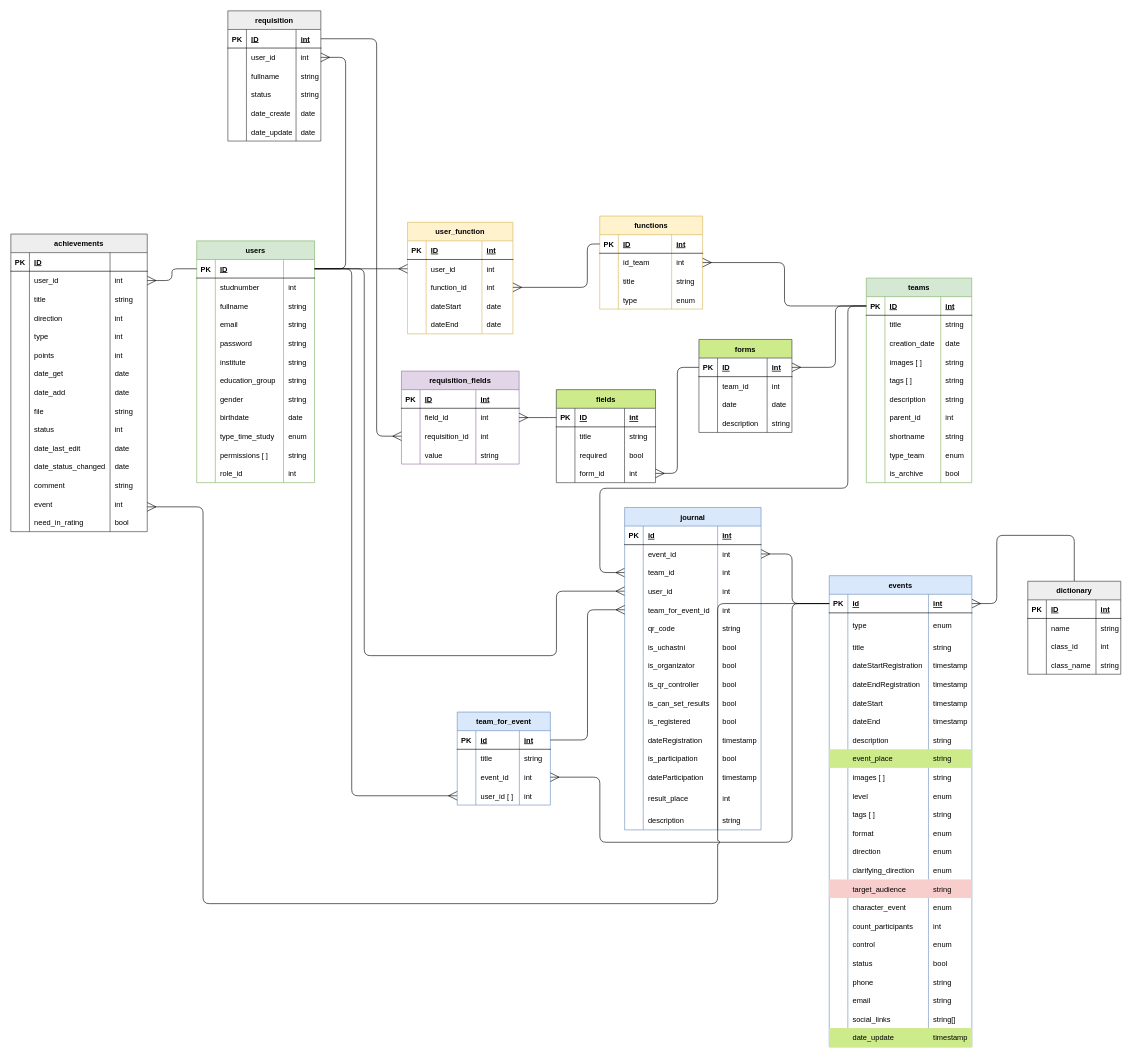
This is page "Физическая" (2 of 3) of Схема БД.drawio from KomogortsevaYulia/Raiting-Teams-Events, a draw.io file, before an edit. Source tidied: cells renumbered, new cells numbered last; positions are measured from the earlier drawing's top-left corner, leaving out a move shared by most shapes. Both pictures are drawn from the tidied source at 62%, with x=0, y=0 at pixel (11, 11).
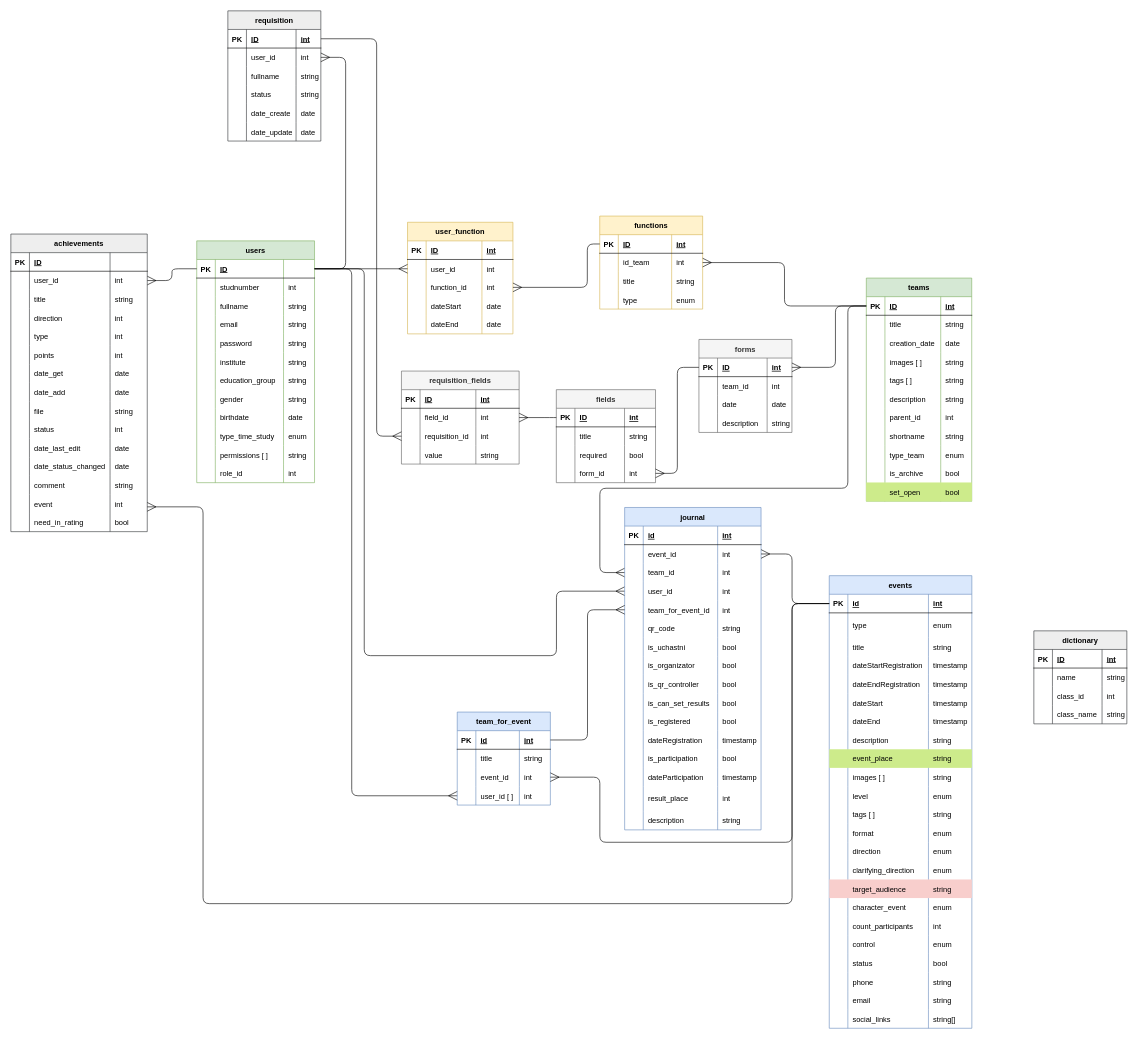
The same page after the edit.

Unchanged cells that the change refers to:
```xml
<mxCell id="191" style="shape=tableRow;horizontal=0;startSize=0;swimlaneHead=0;swimlaneBody=0;fillColor=none;points=[[0,0.5],[1,0.5]];portConstraint=eastwest;top=0;left=0;right=0;bottom=1;" parent="190" vertex="1">
  <mxGeometry y="30" width="230" height="30" as="geometry" />
</mxCell>
<mxCell id="427" style="shape=tableRow;horizontal=0;startSize=0;swimlaneHead=0;swimlaneBody=0;fillColor=none;points=[[0,0.5],[1,0.5]];portConstraint=eastwest;top=0;left=0;right=0;bottom=0;" parent="374" vertex="1">
  <mxGeometry y="420" width="220" height="30" as="geometry" />
</mxCell>
```

Diff of the diagram source:
```diff
@@
     <mxCell id="51" value="teams" style="shape=table;startSize=30;childLayout=tableLayout;rowLines=0;fontStyle=1;align=center;fillColor=#d5e8d4;strokeColor=#82b366;" parent="1" vertex="1">
-      <mxGeometry x="1379.8" y="431" width="170" height="330" as="geometry" />
+      <mxGeometry x="1379.8" y="431" width="170" height="360" as="geometry" />
     </mxCell>
@@
+    <mxCell id="480" style="shape=tableRow;horizontal=0;startSize=0;swimlaneHead=0;swimlaneBody=0;fillColor=#cdeb8b;top=0;left=0;right=0;bottom=0;strokeColor=#36393d;" parent="51" vertex="1">
+      <mxGeometry y="330" width="170" height="30" as="geometry" />
+    </mxCell>
+    <mxCell id="284" style="shape=partialRectangle;fillColor=#cdeb8b;top=0;left=0;bottom=0;right=0;overflow=hidden;strokeColor=#36393d;" parent="480" vertex="1">
+      <mxGeometry width="30" height="30" as="geometry" />
+    </mxCell>
+    <mxCell id="481" value="set_open" style="shape=partialRectangle;fillColor=#cdeb8b;top=0;left=0;bottom=0;right=0;align=left;spacingLeft=6;overflow=hidden;strokeColor=#36393d;" parent="480" vertex="1">
+      <mxGeometry x="30" width="90" height="30" as="geometry" />
+    </mxCell>
+    <mxCell id="482" value="bool" style="shape=partialRectangle;fillColor=#cdeb8b;top=0;left=0;bottom=0;right=0;align=left;spacingLeft=6;overflow=hidden;strokeColor=#36393d;" parent="480" vertex="1">
+      <mxGeometry x="120" width="50" height="30" as="geometry" />
+    </mxCell>
@@
-    <mxCell id="133" value="fields" style="shape=table;startSize=30;childLayout=tableLayout;rowLines=0;fontStyle=1;align=center;fillColor=#cdeb8b;strokeColor=#36393d;" parent="1" vertex="1">
+    <mxCell id="133" value="fields" style="shape=table;startSize=30;childLayout=tableLayout;rowLines=0;fontStyle=1;align=center;fillColor=#f5f5f5;strokeColor=#666666;fontColor=#333333;" parent="1" vertex="1">
       <mxGeometry x="879.8" y="611" width="160" height="150" as="geometry" />
     </mxCell>
@@
-    <mxCell id="150" value="forms" style="shape=table;startSize=30;childLayout=tableLayout;rowLines=0;fontStyle=1;align=center;fillColor=#cdeb8b;strokeColor=#36393d;" parent="1" vertex="1">
+    <mxCell id="150" value="forms" style="shape=table;startSize=30;childLayout=tableLayout;rowLines=0;fontStyle=1;align=center;fillColor=#f5f5f5;strokeColor=#666666;fontColor=#333333;" parent="1" vertex="1">
       <mxGeometry x="1109.8" y="530" width="150" height="150" as="geometry" />
     </mxCell>
@@
-    <mxCell id="167" value="requisition_fields" style="shape=table;startSize=30;childLayout=tableLayout;rowLines=0;fontStyle=1;align=center;fillColor=#e1d5e7;strokeColor=#9673a6;" parent="1" vertex="1">
+    <mxCell id="167" value="requisition_fields" style="shape=table;startSize=30;childLayout=tableLayout;rowLines=0;fontStyle=1;align=center;fillColor=#f5f5f5;strokeColor=#666666;fontColor=#333333;" parent="1" vertex="1">
       <mxGeometry x="630" y="581" width="189.8" height="150" as="geometry" />
     </mxCell>
@@
     <mxCell id="190" value="events" style="shape=table;startSize=30;childLayout=tableLayout;rowLines=0;fontStyle=1;align=center;fillColor=#dae8fc;strokeColor=#6c8ebf;" parent="1" vertex="1">
-      <mxGeometry x="1320" y="911" width="230" height="760" as="geometry" />
+      <mxGeometry x="1320" y="911" width="230" height="730" as="geometry" />
     </mxCell>
@@
-    <mxCell id="283" style="shape=tableRow;horizontal=0;startSize=0;swimlaneHead=0;swimlaneBody=0;fillColor=#cdeb8b;top=0;left=0;right=0;bottom=0;strokeColor=#36393d;" parent="190" vertex="1">
-      <mxGeometry y="730" width="230" height="30" as="geometry" />
-    </mxCell>
-    <mxCell id="284" style="shape=partialRectangle;fillColor=#cdeb8b;top=0;left=0;bottom=0;right=0;overflow=hidden;strokeColor=#36393d;" parent="283" vertex="1">
-      <mxGeometry width="30" height="30" as="geometry" />
-    </mxCell>
-    <mxCell id="285" value="date_update" style="shape=partialRectangle;fillColor=#cdeb8b;top=0;left=0;bottom=0;right=0;align=left;spacingLeft=6;overflow=hidden;strokeColor=#36393d;" parent="283" vertex="1">
-      <mxGeometry x="30" width="130" height="30" as="geometry" />
-    </mxCell>
-    <mxCell id="286" value="timestamp" style="shape=partialRectangle;fillColor=#cdeb8b;top=0;left=0;bottom=0;right=0;align=left;spacingLeft=6;overflow=hidden;strokeColor=#36393d;" parent="283" vertex="1">
-      <mxGeometry x="160" width="70" height="30" as="geometry" />
-    </mxCell>
@@
-    <mxCell id="372" style="edgeStyle=orthogonalEdgeStyle;html=1;strokeWidth=1;startArrow=none;startFill=0;endArrow=ERmany;endFill=0;startSize=12;endSize=12;jumpStyle=arc;entryX=1;entryY=0.5;entryDx=0;entryDy=0;" parent="1" edge="1" source="435" target="191">
-      <mxGeometry relative="1" as="geometry">
-        <Array as="points">
-          <mxPoint x="1715.2" y="846" />
-          <mxPoint x="1590.2" y="846" />
-          <mxPoint x="1590.2" y="956" />
-        </Array>
-      </mxGeometry>
-    </mxCell>
@@
     <mxCell id="435" value="dictionary" style="shape=table;startSize=30;childLayout=tableLayout;rowLines=0;fontStyle=1;align=center;fillColor=#eeeeee;strokeColor=#36393d;" parent="1" vertex="1">
-      <mxGeometry x="1640.2" y="920" width="150" height="150" as="geometry" />
+      <mxGeometry x="1650" y="1000" width="150" height="150" as="geometry" />
     </mxCell>
@@
     <mxCell id="452" style="edgeStyle=orthogonalEdgeStyle;html=1;strokeWidth=1;startArrow=none;startFill=0;endArrow=ERmany;endFill=0;startSize=12;endSize=12;jumpStyle=arc;exitX=0;exitY=0.5;exitDx=0;exitDy=0;" parent="1" edge="1" source="191" target="427">
       <mxGeometry relative="1" as="geometry">
         <Array as="points">
-          <mxPoint x="1140" y="956" />
-          <mxPoint x="1140" y="1440" />
+          <mxPoint x="1260" y="956" />
+          <mxPoint x="1260" y="1440" />
           <mxPoint x="310" y="1440" />
           <mxPoint x="310" y="800" />
         </Array>
       </mxGeometry>
     </mxCell>
```
